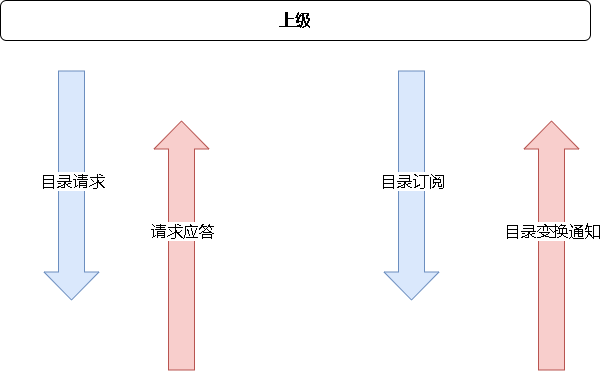
xktder/draw keeps this draw.io diagram as 28181.drawio.png. Above is the earlier version. Source tidied: cells renumbered, new cells last; positions are measured from the earlier drawing's top-left corner, leaving out a move shared by most shapes. Its diagram source:
```xml
<mxGraphModel>
  <root>
    <mxCell id="0" />
    <mxCell id="1" parent="0" />
    <mxCell id="2" value="&lt;font style=&quot;font-size: 16px;&quot;&gt;&lt;b&gt;上级&lt;/b&gt;&lt;/font&gt;" style="rounded=1;whiteSpace=wrap;html=1;" parent="1" vertex="1">
      <mxGeometry width="590" height="40" as="geometry" />
    </mxCell>
    <mxCell id="3" style="shape=flexArrow;endArrow=classic;html=1;rounded=0;fontSize=16;endWidth=28;endSize=9;width=26;fillColor=#dae8fc;strokeColor=#6c8ebf;" parent="1" edge="1">
      <mxGeometry relative="1" as="geometry">
        <mxPoint x="71" y="70" as="sourcePoint" />
        <mxPoint x="71" y="300" as="targetPoint" />
      </mxGeometry>
    </mxCell>
    <mxCell id="4" value="目录请求" style="edgeLabel;html=1;align=center;verticalAlign=middle;fontSize=16;" parent="3" vertex="1">
      <mxGeometry x="0.23" y="-5" relative="1" as="geometry">
        <mxPoint x="5" y="-32" as="offset" />
      </mxGeometry>
    </mxCell>
    <mxCell id="5" style="shape=flexArrow;endArrow=classic;html=1;rounded=0;fontSize=16;endWidth=28;endSize=9;width=26;fillColor=#dae8fc;strokeColor=#6c8ebf;" parent="1" edge="1">
      <mxGeometry relative="1" as="geometry">
        <mxPoint x="411" y="70" as="sourcePoint" />
        <mxPoint x="411" y="300" as="targetPoint" />
      </mxGeometry>
    </mxCell>
    <mxCell id="6" value="目录订阅" style="edgeLabel;html=1;align=center;verticalAlign=middle;fontSize=16;" parent="5" vertex="1">
      <mxGeometry x="0.23" y="-5" relative="1" as="geometry">
        <mxPoint x="5" y="-32" as="offset" />
      </mxGeometry>
    </mxCell>
    <mxCell id="7" style="shape=flexArrow;endArrow=classic;html=1;rounded=0;fontSize=16;endWidth=28;endSize=9;width=26;fillColor=#f8cecc;strokeColor=#b85450;" parent="1" edge="1">
      <mxGeometry relative="1" as="geometry">
        <mxPoint x="181" y="370" as="sourcePoint" />
        <mxPoint x="181" y="120" as="targetPoint" />
      </mxGeometry>
    </mxCell>
    <mxCell id="8" value="请求应答" style="edgeLabel;html=1;align=center;verticalAlign=middle;fontSize=16;" parent="7" vertex="1">
      <mxGeometry x="0.23" y="-5" relative="1" as="geometry">
        <mxPoint x="-5" y="14" as="offset" />
      </mxGeometry>
    </mxCell>
    <mxCell id="9" style="shape=flexArrow;endArrow=classic;html=1;rounded=0;fontSize=16;endWidth=28;endSize=9;width=26;fillColor=#f8cecc;strokeColor=#b85450;" parent="1" edge="1">
      <mxGeometry relative="1" as="geometry">
        <mxPoint x="551" y="370" as="sourcePoint" />
        <mxPoint x="551" y="120" as="targetPoint" />
      </mxGeometry>
    </mxCell>
    <mxCell id="10" value="目录变换通知" style="edgeLabel;html=1;align=center;verticalAlign=middle;fontSize=16;" parent="9" vertex="1">
      <mxGeometry x="0.23" y="-5" relative="1" as="geometry">
        <mxPoint x="-5" y="14" as="offset" />
      </mxGeometry>
    </mxCell>
  </root>
</mxGraphModel>
```
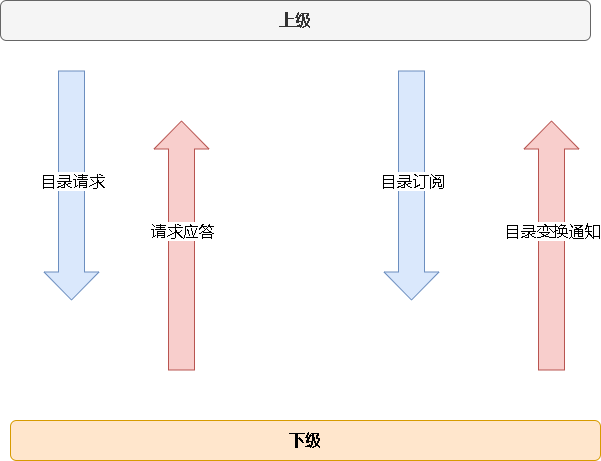
The same diagram one commit later.

The edit, as a diff of the source:
```diff
@@ -2,7 +2,7 @@
   <root>
     <mxCell id="0" />
     <mxCell id="1" parent="0" />
-    <mxCell id="2" value="&lt;font style=&quot;font-size: 16px;&quot;&gt;&lt;b&gt;上级&lt;/b&gt;&lt;/font&gt;" style="rounded=1;whiteSpace=wrap;html=1;" parent="1" vertex="1">
+    <mxCell id="2" value="&lt;font style=&quot;font-size: 16px;&quot;&gt;&lt;b&gt;上级&lt;/b&gt;&lt;/font&gt;" style="rounded=1;whiteSpace=wrap;html=1;fillColor=#f5f5f5;fontColor=#333333;strokeColor=#666666;" parent="1" vertex="1">
       <mxGeometry width="590" height="40" as="geometry" />
     </mxCell>
     <mxCell id="3" style="shape=flexArrow;endArrow=classic;html=1;rounded=0;fontSize=16;endWidth=28;endSize=9;width=26;fillColor=#dae8fc;strokeColor=#6c8ebf;" parent="1" edge="1">
@@ -49,5 +49,8 @@
         <mxPoint x="-5" y="14" as="offset" />
       </mxGeometry>
     </mxCell>
+    <mxCell id="11" value="&lt;span style=&quot;font-size: 16px;&quot;&gt;&lt;b&gt;下级&lt;/b&gt;&lt;/span&gt;" style="rounded=1;whiteSpace=wrap;html=1;fillColor=#ffe6cc;strokeColor=#d79b00;" parent="1" vertex="1">
+      <mxGeometry x="10" y="420" width="590" height="40" as="geometry" />
+    </mxCell>
   </root>
 </mxGraphModel>
```
